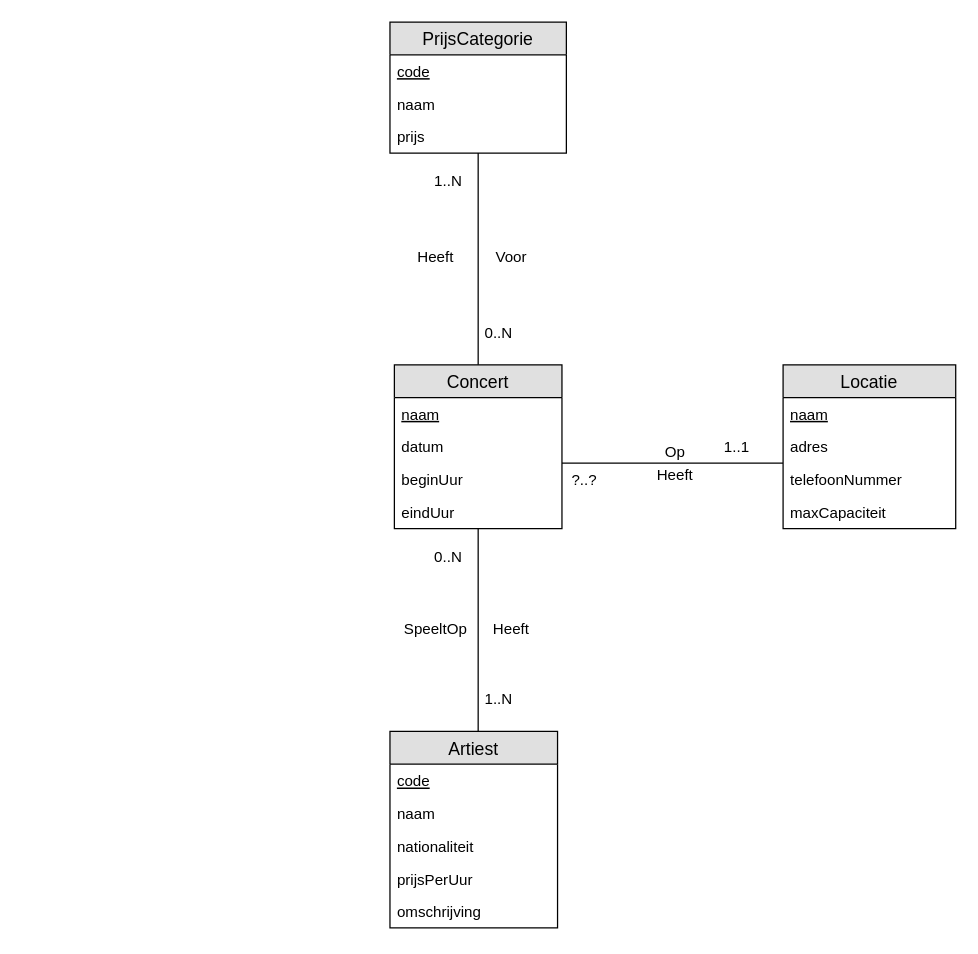
This is workshops/02-zwakke_entiteiten/solutions/exercise-5.drawio from HOGENT-Databases/DB1-Workshops, a draw.io file, before an edit. Source tidied: cells renumbered, new cells numbered last; positions are measured from the earlier drawing's top-left corner, leaving out a move shared by most shapes. Both pictures are drawn from the tidied source at 126%, with x=0, y=0 at pixel (389, 21).
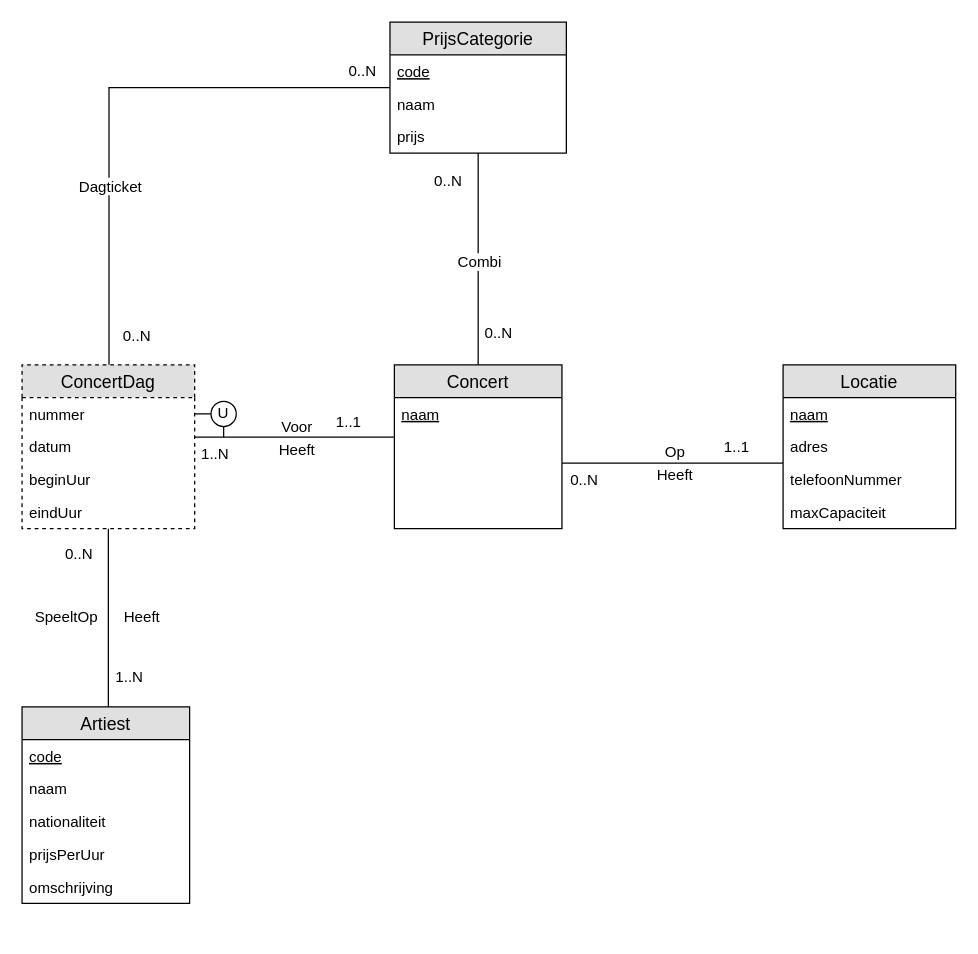
The same diagram, later.

The change refers to these unchanged cells:
```xml
<mxCell id="2" style="edgeStyle=orthogonalEdgeStyle;fontSize=12;html=1;endArrow=none;jumpSize=6;strokeWidth=1;endFill=0;rounded=0;jumpStyle=none;" parent="1" edge="1" source="12" target="7">
  <mxGeometry relative="1" as="geometry">
    <Array as="points">
      <mxPoint x="195.5" y="350" />
      <mxPoint x="195.5" y="350" />
    </Array>
  </mxGeometry>
</mxCell>
<mxCell id="12" value="Concert" style="swimlane;fontStyle=0;horizontal=1;startSize=26;fillColor=#e0e0e0;swimlaneFillColor=#ffffff;align=center;fontSize=14;html=0;" parent="1" vertex="1">
  <mxGeometry x="3.5" y="272" width="133" height="130" as="geometry" />
</mxCell>
<mxCell id="23" value="PrijsCategorie" style="swimlane;fontStyle=0;horizontal=1;startSize=26;fillColor=#e0e0e0;swimlaneFillColor=#ffffff;align=center;fontSize=14;html=0;" parent="1" vertex="1">
  <mxGeometry width="140" height="104" as="geometry" />
</mxCell>
<mxCell id="32" style="edgeStyle=orthogonalEdgeStyle;fontSize=12;html=1;endArrow=none;jumpSize=6;strokeWidth=1;endFill=0;rounded=0;jumpStyle=none;" parent="1" edge="1" source="23" target="12">
  <mxGeometry relative="1" as="geometry">
    <Array as="points">
      <mxPoint x="70" y="223" />
      <mxPoint x="70" y="223" />
    </Array>
  </mxGeometry>
</mxCell>
```

Change to the diagram source:
```diff
@@
-    <mxCell id="4" value="?..?" style="text;html=1;align=center;verticalAlign=middle;labelBackgroundColor=#ffffff;" parent="2" vertex="1">
+    <mxCell id="4" value="0..N" style="text;html=1;align=center;verticalAlign=middle;labelBackgroundColor=#ffffff;" parent="2" vertex="1">
       <mxGeometry x="-0.88" y="-1" relative="1" as="geometry">
         <mxPoint x="5.5" y="12" as="offset" />
       </mxGeometry>
     </mxCell>
@@
     <mxCell id="13" value="naam" style="text;strokeColor=none;fillColor=none;spacingLeft=4;spacingRight=4;overflow=hidden;fontSize=12;fontStyle=4;" parent="12" vertex="1">
-      <mxGeometry y="26" width="133" height="26" as="geometry" />
+      <mxGeometry y="26" width="133" height="104" as="geometry" />
     </mxCell>
-    <mxCell id="14" value="datum" style="text;strokeColor=none;fillColor=none;spacingLeft=4;spacingRight=4;overflow=hidden;fontSize=12;" parent="12" vertex="1">
-      <mxGeometry y="52" width="133" height="26" as="geometry" />
-    </mxCell>
-    <mxCell id="15" value="beginUur&#10;" style="text;strokeColor=none;fillColor=none;spacingLeft=4;spacingRight=4;overflow=hidden;fontSize=12;" parent="12" vertex="1">
-      <mxGeometry y="78" width="133" height="26" as="geometry" />
-    </mxCell>
-    <mxCell id="16" value="eindUur" style="text;strokeColor=none;fillColor=none;spacingLeft=4;spacingRight=4;overflow=hidden;fontSize=12;" parent="12" vertex="1">
-      <mxGeometry y="104" width="133" height="26" as="geometry" />
-    </mxCell>
     <mxCell id="17" value="Artiest" style="swimlane;fontStyle=0;horizontal=1;startSize=26;fillColor=#e0e0e0;swimlaneFillColor=#ffffff;align=center;fontSize=14;html=0;" parent="1" vertex="1">
-      <mxGeometry y="563" width="133" height="156" as="geometry" />
+      <mxGeometry x="-292" y="543.5" width="133" height="156" as="geometry" />
     </mxCell>
@@
-    <mxCell id="27" style="edgeStyle=orthogonalEdgeStyle;fontSize=12;html=1;endArrow=none;jumpSize=6;strokeWidth=1;endFill=0;rounded=0;jumpStyle=none;" parent="1" edge="1" source="12" target="17">
+    <mxCell id="27" style="edgeStyle=orthogonalEdgeStyle;fontSize=12;html=1;endArrow=none;jumpSize=6;strokeWidth=1;endFill=0;rounded=0;jumpStyle=none;" parent="1" edge="1" source="37" target="17">
       <mxGeometry relative="1" as="geometry">
         <Array as="points">
-          <mxPoint x="69.5" y="544" />
-          <mxPoint x="69.5" y="544" />
+          <mxPoint x="-223" y="544.5" />
+          <mxPoint x="-221" y="544.5" />
         </Array>
       </mxGeometry>
     </mxCell>
@@
-    <mxCell id="33" value="Voor" style="text;html=1;align=center;verticalAlign=bottom;labelBackgroundColor=#ffffff;" parent="32" vertex="1">
-      <mxGeometry x="-0.03" y="-2" relative="1" as="geometry">
-        <mxPoint x="27.5" y="10" as="offset" />
-      </mxGeometry>
-    </mxCell>
-    <mxCell id="34" value="1..N" style="text;html=1;align=center;verticalAlign=middle;labelBackgroundColor=#ffffff;" parent="32" vertex="1">
+    <mxCell id="34" value="0..N" style="text;html=1;align=center;verticalAlign=middle;labelBackgroundColor=#ffffff;" parent="32" vertex="1">
       <mxGeometry x="-0.88" y="-1" relative="1" as="geometry">
         <mxPoint x="-23.5" y="12.5" as="offset" />
       </mxGeometry>
     </mxCell>
@@
-    <mxCell id="36" value="Heeft" style="text;html=1;align=center;verticalAlign=bottom;labelBackgroundColor=#ffffff;" parent="32" vertex="1">
+    <mxCell id="36" value="Combi" style="text;html=1;align=center;verticalAlign=bottom;labelBackgroundColor=#ffffff;" parent="32" vertex="1">
       <mxGeometry x="-0.03" y="-2" relative="1" as="geometry">
-        <mxPoint x="-32.5" y="10" as="offset" />
+        <mxPoint x="2" y="13.5" as="offset" />
       </mxGeometry>
     </mxCell>
+    <mxCell id="37" value="ConcertDag" style="swimlane;fontStyle=0;horizontal=1;startSize=26;fillColor=#e0e0e0;swimlaneFillColor=#ffffff;align=center;fontSize=14;html=0;dashed=1;" parent="1" vertex="1">
+      <mxGeometry x="-292" y="272" width="137" height="130" as="geometry" />
+    </mxCell>
+    <mxCell id="38" value="nummer" style="text;strokeColor=none;fillColor=none;spacingLeft=4;spacingRight=4;overflow=hidden;points=[[0,0.5],[1,0.5]];portConstraint=eastwest;fontSize=12;fontStyle=0;rounded=0;verticalAlign=top;" parent="37" vertex="1">
+      <mxGeometry y="26" width="137" height="26" as="geometry" />
+    </mxCell>
+    <mxCell id="14" value="datum" style="text;strokeColor=none;fillColor=none;spacingLeft=4;spacingRight=4;overflow=hidden;fontSize=12;" parent="37" vertex="1">
+      <mxGeometry y="52" width="137" height="26" as="geometry" />
+    </mxCell>
+    <mxCell id="15" value="beginUur" style="text;strokeColor=none;fillColor=none;spacingLeft=4;spacingRight=4;overflow=hidden;fontSize=12;" parent="37" vertex="1">
+      <mxGeometry y="78" width="137" height="26" as="geometry" />
+    </mxCell>
+    <mxCell id="16" value="eindUur" style="text;strokeColor=none;fillColor=none;spacingLeft=4;spacingRight=4;overflow=hidden;fontSize=12;" parent="37" vertex="1">
+      <mxGeometry y="104" width="137" height="26" as="geometry" />
+    </mxCell>
+    <mxCell id="39" style="edgeStyle=orthogonalEdgeStyle;fontSize=12;html=1;endArrow=none;jumpSize=6;strokeWidth=1;endFill=0;rounded=0;jumpStyle=none;" parent="1" edge="1" source="37" target="12">
+      <mxGeometry relative="1" as="geometry">
+        <Array as="points">
+          <mxPoint x="-42" y="329.5" />
+          <mxPoint x="-42" y="329.5" />
+        </Array>
+      </mxGeometry>
+    </mxCell>
+    <mxCell id="33" value="Voor" style="text;html=1;align=center;verticalAlign=bottom;labelBackgroundColor=#ffffff;" parent="39" vertex="1">
+      <mxGeometry x="-0.03" y="-2" relative="1" as="geometry">
+        <mxPoint x="3.5" y="-2" as="offset" />
+      </mxGeometry>
+    </mxCell>
+    <mxCell id="40" value="1..N" style="text;html=1;align=center;verticalAlign=middle;labelBackgroundColor=#ffffff;" parent="39" vertex="1">
+      <mxGeometry x="-0.88" y="-1" relative="1" as="geometry">
+        <mxPoint x="5.5" y="12" as="offset" />
+      </mxGeometry>
+    </mxCell>
+    <mxCell id="41" value="1..1" style="text;html=1;align=center;verticalAlign=middle;labelBackgroundColor=#ffffff;" parent="39" vertex="1">
+      <mxGeometry x="0.83" y="1" relative="1" as="geometry">
+        <mxPoint x="-23.5" y="-11.5" as="offset" />
+      </mxGeometry>
+    </mxCell>
+    <mxCell id="42" value="Heeft" style="text;html=1;align=center;verticalAlign=bottom;labelBackgroundColor=#ffffff;" parent="39" vertex="1">
+      <mxGeometry x="-0.03" y="-2" relative="1" as="geometry">
+        <mxPoint x="3.5" y="16" as="offset" />
+      </mxGeometry>
+    </mxCell>
+    <mxCell id="43" style="edgeStyle=orthogonalEdgeStyle;fontSize=12;html=1;endArrow=none;jumpSize=6;strokeWidth=1;endFill=0;rounded=0;jumpStyle=none;" parent="1" edge="1" source="23" target="37">
+      <mxGeometry relative="1" as="geometry">
+        <Array as="points">
+          <mxPoint x="-223" y="52.5" />
+        </Array>
+      </mxGeometry>
+    </mxCell>
+    <mxCell id="44" value="0..N" style="text;html=1;align=center;verticalAlign=middle;labelBackgroundColor=#ffffff;" parent="43" vertex="1">
+      <mxGeometry x="-0.88" y="-1" relative="1" as="geometry">
+        <mxPoint x="4" y="-12.5" as="offset" />
+      </mxGeometry>
+    </mxCell>
+    <mxCell id="45" value="0..N" style="text;html=1;align=center;verticalAlign=middle;labelBackgroundColor=#ffffff;" parent="43" vertex="1">
+      <mxGeometry x="0.83" y="1" relative="1" as="geometry">
+        <mxPoint x="20" y="15" as="offset" />
+      </mxGeometry>
+    </mxCell>
+    <mxCell id="46" value="Dagticket" style="text;html=1;align=center;verticalAlign=bottom;labelBackgroundColor=#ffffff;" parent="43" vertex="1">
+      <mxGeometry x="-0.03" y="-2" relative="1" as="geometry">
+        <mxPoint x="-7.5" y="89" as="offset" />
+      </mxGeometry>
+    </mxCell>
+    <mxCell id="47" style="endArrow=none;html=1;entryX=1;entryY=0.5;entryDx=0;entryDy=0;edgeStyle=orthogonalEdgeStyle;rounded=0;" parent="1" edge="1" source="48" target="38">
+      <mxGeometry relative="1" as="geometry" />
+    </mxCell>
+    <mxCell id="48" value="U" style="ellipse;whiteSpace=wrap;html=1;" parent="1" vertex="1">
+      <mxGeometry x="-142" y="301" width="20" height="20" as="geometry" />
+    </mxCell>
+    <mxCell id="49" style="endArrow=none;html=1;entryX=0.5;entryY=1;entryDx=0;entryDy=0;edgeStyle=orthogonalEdgeStyle;rounded=0;" parent="1" edge="1" target="48">
+      <mxGeometry relative="1" as="geometry">
+        <mxPoint x="-132" y="329.5" as="sourcePoint" />
+      </mxGeometry>
+    </mxCell>
```
